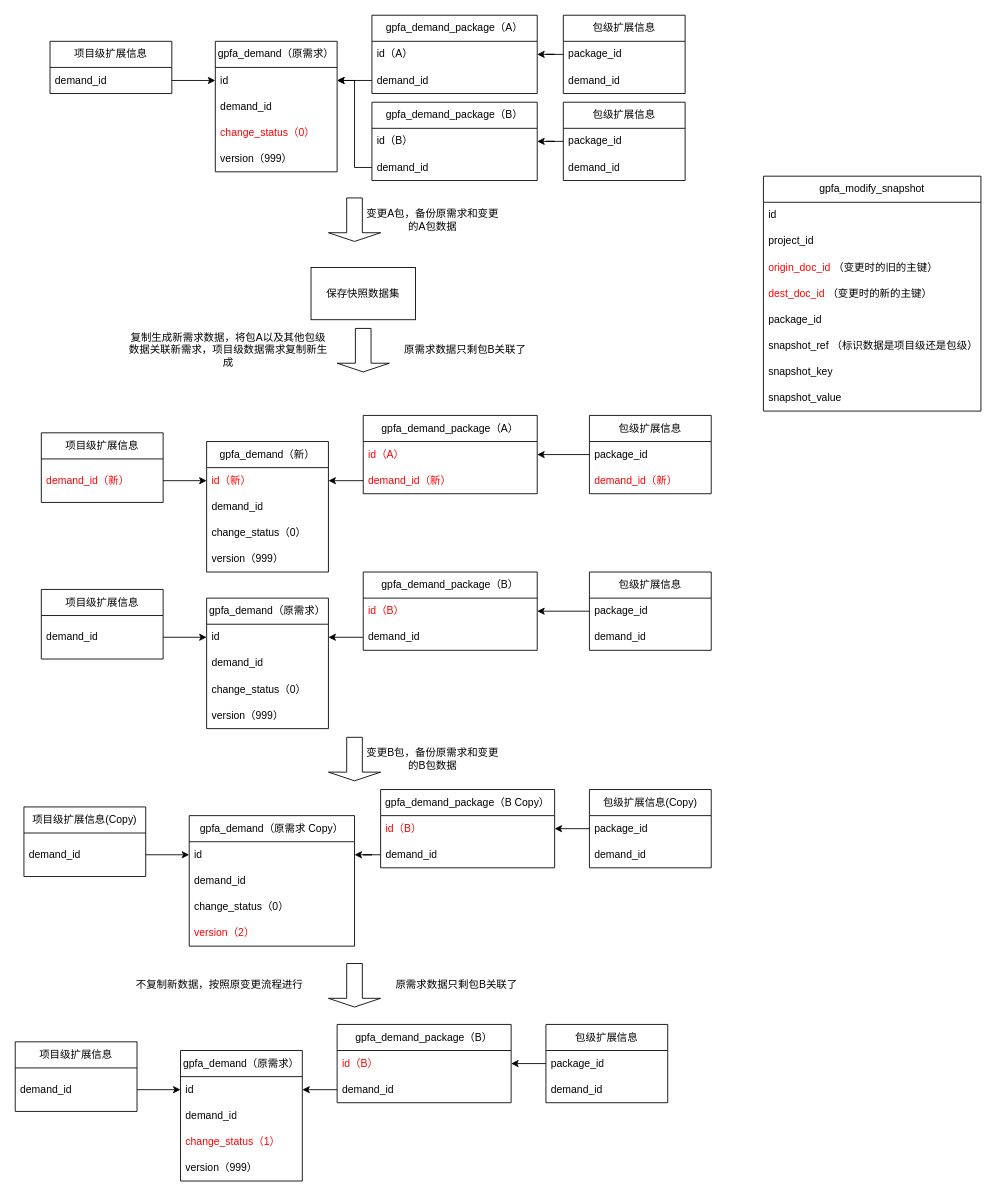
This is open_modify.drawio from dernight1/draw.io, a draw.io file, before an edit. Source tidied: cells renumbered, new cells numbered last; positions are measured from the earlier drawing's top-left corner, leaving out a move shared by most shapes. Both pictures are drawn from the tidied source at 87%, with x=0, y=0 at pixel (15, 15).
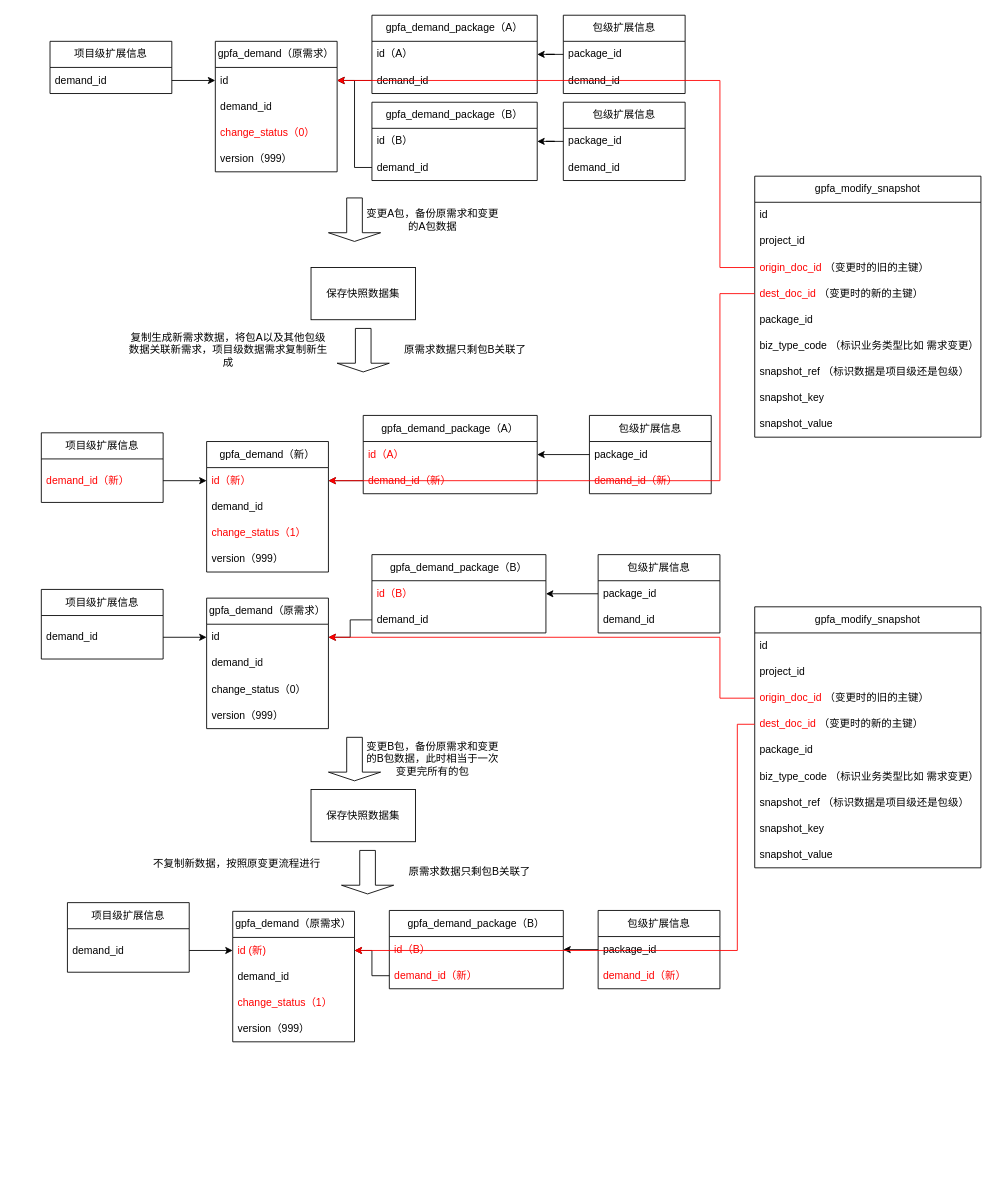
Above is the later version.

Unchanged cells that the change refers to:
```xml
<mxCell id="3" value="id" style="text;strokeColor=none;fillColor=none;align=left;verticalAlign=middle;spacingLeft=4;spacingRight=4;overflow=hidden;points=[[0,0.5],[1,0.5]];portConstraint=eastwest;whiteSpace=wrap;html=1;" parent="2" vertex="1">
  <mxGeometry y="30" width="140" height="30" as="geometry" />
</mxCell>
<mxCell id="18" value="gpfa_demand（新）" style="swimlane;fontStyle=0;horizontal=1;startSize=30;whiteSpace=wrap;html=1;" parent="1" vertex="1">
  <mxGeometry x="220" y="490" width="140" height="150" as="geometry" />
</mxCell>
<mxCell id="19" value="&lt;font color=&quot;#ff0000&quot;&gt;id（新）&lt;/font&gt;" style="text;strokeColor=none;fillColor=none;align=left;verticalAlign=middle;spacingLeft=4;spacingRight=4;overflow=hidden;points=[[0,0.5],[1,0.5]];portConstraint=eastwest;whiteSpace=wrap;html=1;" parent="18" vertex="1">
  <mxGeometry y="30" width="140" height="30" as="geometry" />
</mxCell>
<mxCell id="43" value="id" style="text;strokeColor=none;fillColor=none;align=left;verticalAlign=middle;spacingLeft=4;spacingRight=4;overflow=hidden;points=[[0,0.5],[1,0.5]];portConstraint=eastwest;whiteSpace=wrap;html=1;" parent="42" vertex="1">
  <mxGeometry y="30" width="140" height="30" as="geometry" />
</mxCell>
```

What changed in the source:
```diff
@@
-    <mxCell id="21" value="change_status（0）" style="text;strokeColor=none;fillColor=none;align=left;verticalAlign=middle;spacingLeft=4;spacingRight=4;overflow=hidden;whiteSpace=wrap;html=1;" parent="18" vertex="1">
+    <mxCell id="21" value="&lt;font color=&quot;#ff0000&quot;&gt;change_status（1）&lt;/font&gt;" style="text;strokeColor=none;fillColor=none;align=left;verticalAlign=middle;spacingLeft=4;spacingRight=4;overflow=hidden;whiteSpace=wrap;html=1;" parent="18" vertex="1">
       <mxGeometry y="90" width="140" height="30" as="geometry" />
     </mxCell>
@@
     <mxCell id="47" value="gpfa_demand_package（B）" style="swimlane;fontStyle=0;horizontal=1;startSize=30;whiteSpace=wrap;html=1;" parent="1" vertex="1">
-      <mxGeometry x="400" y="640" width="200" height="90" as="geometry" />
+      <mxGeometry x="410" y="620" width="200" height="90" as="geometry" />
     </mxCell>
@@
     <mxCell id="50" value="包级扩展信息" style="swimlane;fontStyle=0;horizontal=1;startSize=30;whiteSpace=wrap;html=1;" parent="1" vertex="1">
-      <mxGeometry x="660" y="640" width="140" height="90" as="geometry" />
+      <mxGeometry x="670" y="620" width="140" height="90" as="geometry" />
     </mxCell>
@@
-    <mxCell id="63" value="gpfa_demand（原需求 Copy）" style="swimlane;fontStyle=0;horizontal=1;startSize=30;whiteSpace=wrap;html=1;" parent="1" vertex="1">
-      <mxGeometry x="200" y="920" width="190" height="150" as="geometry" />
-    </mxCell>
-    <mxCell id="64" value="id" style="text;strokeColor=none;fillColor=none;align=left;verticalAlign=middle;spacingLeft=4;spacingRight=4;overflow=hidden;points=[[0,0.5],[1,0.5]];portConstraint=eastwest;whiteSpace=wrap;html=1;" parent="63" vertex="1">
-      <mxGeometry y="30" width="190" height="30" as="geometry" />
-    </mxCell>
-    <mxCell id="65" value="&lt;div&gt;demand_id&lt;/div&gt;" style="text;strokeColor=none;fillColor=none;align=left;verticalAlign=middle;spacingLeft=4;spacingRight=4;overflow=hidden;whiteSpace=wrap;html=1;" parent="63" vertex="1">
-      <mxGeometry y="60" width="190" height="30" as="geometry" />
-    </mxCell>
-    <mxCell id="66" value="change_status（0）" style="text;strokeColor=none;fillColor=none;align=left;verticalAlign=middle;spacingLeft=4;spacingRight=4;overflow=hidden;whiteSpace=wrap;html=1;" parent="63" vertex="1">
-      <mxGeometry y="90" width="190" height="30" as="geometry" />
-    </mxCell>
-    <mxCell id="67" value="&lt;font color=&quot;#ff0000&quot;&gt;version（2）&lt;/font&gt;" style="text;strokeColor=none;fillColor=none;align=left;verticalAlign=middle;spacingLeft=4;spacingRight=4;overflow=hidden;whiteSpace=wrap;html=1;" parent="63" vertex="1">
-      <mxGeometry y="120" width="190" height="30" as="geometry" />
-    </mxCell>
-    <mxCell id="68" value="gpfa_demand_package（B Copy）" style="swimlane;fontStyle=0;horizontal=1;startSize=30;whiteSpace=wrap;html=1;" parent="1" vertex="1">
-      <mxGeometry x="420" y="890" width="200" height="90" as="geometry" />
-    </mxCell>
-    <mxCell id="69" value="&lt;font color=&quot;#ff0000&quot;&gt;id（B）&lt;/font&gt;" style="text;strokeColor=none;fillColor=none;align=left;verticalAlign=middle;spacingLeft=4;spacingRight=4;overflow=hidden;points=[[0,0.5],[1,0.5]];portConstraint=eastwest;whiteSpace=wrap;html=1;" parent="68" vertex="1">
-      <mxGeometry y="30" width="200" height="30" as="geometry" />
-    </mxCell>
-    <mxCell id="70" value="&lt;div&gt;demand_id&lt;/div&gt;" style="text;strokeColor=none;fillColor=none;align=left;verticalAlign=middle;spacingLeft=4;spacingRight=4;overflow=hidden;points=[[0,0.5],[1,0.5]];portConstraint=eastwest;whiteSpace=wrap;html=1;" parent="68" vertex="1">
-      <mxGeometry y="60" width="200" height="30" as="geometry" />
-    </mxCell>
-    <mxCell id="71" value="包级扩展信息(Copy)" style="swimlane;fontStyle=0;horizontal=1;startSize=30;whiteSpace=wrap;html=1;" parent="1" vertex="1">
-      <mxGeometry x="660" y="890" width="140" height="90" as="geometry" />
-    </mxCell>
-    <mxCell id="72" value="package_id" style="text;strokeColor=none;fillColor=none;align=left;verticalAlign=middle;spacingLeft=4;spacingRight=4;overflow=hidden;points=[[0,0.5],[1,0.5]];portConstraint=eastwest;whiteSpace=wrap;html=1;" parent="71" vertex="1">
-      <mxGeometry y="30" width="140" height="30" as="geometry" />
-    </mxCell>
-    <mxCell id="73" value="&lt;div&gt;demand_id&lt;/div&gt;" style="text;strokeColor=none;fillColor=none;align=left;verticalAlign=middle;spacingLeft=4;spacingRight=4;overflow=hidden;whiteSpace=wrap;html=1;" parent="71" vertex="1">
-      <mxGeometry y="60" width="140" height="30" as="geometry" />
-    </mxCell>
-    <mxCell id="74" value="项目级扩展信息(Copy)" style="swimlane;fontStyle=0;horizontal=1;startSize=30;whiteSpace=wrap;html=1;" parent="1" vertex="1">
-      <mxGeometry x="10" y="910" width="140" height="80" as="geometry" />
-    </mxCell>
-    <mxCell id="75" value="&lt;div&gt;demand_id&lt;/div&gt;" style="text;strokeColor=none;fillColor=none;align=left;verticalAlign=middle;spacingLeft=4;spacingRight=4;overflow=hidden;points=[[0,0.5],[1,0.5]];portConstraint=eastwest;whiteSpace=wrap;html=1;" parent="74" vertex="1">
-      <mxGeometry y="30" width="140" height="50" as="geometry" />
-    </mxCell>
-    <mxCell id="76" style="edgeStyle=orthogonalEdgeStyle;rounded=0;jettySize=auto;html=1;" parent="1" edge="1" source="75" target="64">
-      <mxGeometry relative="1" as="geometry" />
-    </mxCell>
-    <mxCell id="77" style="edgeStyle=orthogonalEdgeStyle;rounded=0;jettySize=auto;html=1;entryX=1;entryY=0.5;entryDx=0;entryDy=0;" parent="1" edge="1" source="70" target="64">
-      <mxGeometry relative="1" as="geometry" />
-    </mxCell>
-    <mxCell id="78" style="edgeStyle=orthogonalEdgeStyle;rounded=0;jettySize=auto;html=1;" parent="1" edge="1" source="72" target="69">
-      <mxGeometry relative="1" as="geometry" />
-    </mxCell>
@@
-    <mxCell id="80" value="变更B包，备份原需求和变更的B包数据" style="text;html=1;align=center;verticalAlign=middle;whiteSpace=wrap;rounded=0;" parent="1" vertex="1">
+    <mxCell id="80" value="变更B包，备份原需求和变更的B包数据，此时相当于一次变更完所有的包" style="text;html=1;align=center;verticalAlign=middle;whiteSpace=wrap;rounded=0;" parent="1" vertex="1">
       <mxGeometry x="400" y="840" width="160" height="30" as="geometry" />
     </mxCell>
     <mxCell id="81" value="gpfa_demand（原需求）" style="swimlane;fontStyle=0;horizontal=1;startSize=30;whiteSpace=wrap;html=1;" parent="1" vertex="1">
-      <mxGeometry x="190" y="1190" width="140" height="150" as="geometry" />
+      <mxGeometry x="250" y="1030" width="140" height="150" as="geometry" />
     </mxCell>
-    <mxCell id="82" value="id" style="text;strokeColor=none;fillColor=none;align=left;verticalAlign=middle;spacingLeft=4;spacingRight=4;overflow=hidden;points=[[0,0.5],[1,0.5]];portConstraint=eastwest;whiteSpace=wrap;html=1;" parent="81" vertex="1">
+    <mxCell id="82" value="&lt;font color=&quot;#ff0000&quot;&gt;id (新)&lt;/font&gt;" style="text;strokeColor=none;fillColor=none;align=left;verticalAlign=middle;spacingLeft=4;spacingRight=4;overflow=hidden;points=[[0,0.5],[1,0.5]];portConstraint=eastwest;whiteSpace=wrap;html=1;" parent="81" vertex="1">
       <mxGeometry y="30" width="140" height="30" as="geometry" />
     </mxCell>
@@
     <mxCell id="86" value="gpfa_demand_package（B）" style="swimlane;fontStyle=0;horizontal=1;startSize=30;whiteSpace=wrap;html=1;" parent="1" vertex="1">
-      <mxGeometry x="370" y="1160" width="200" height="90" as="geometry" />
+      <mxGeometry x="430" y="1029" width="200" height="90" as="geometry" />
     </mxCell>
@@
-    <mxCell id="88" value="&lt;div&gt;demand_id&lt;/div&gt;" style="text;strokeColor=none;fillColor=none;align=left;verticalAlign=middle;spacingLeft=4;spacingRight=4;overflow=hidden;points=[[0,0.5],[1,0.5]];portConstraint=eastwest;whiteSpace=wrap;html=1;" parent="86" vertex="1">
+    <mxCell id="88" value="&lt;div&gt;&lt;font color=&quot;#ff0000&quot;&gt;demand_id（新）&lt;/font&gt;&lt;/div&gt;" style="text;strokeColor=none;fillColor=none;align=left;verticalAlign=middle;spacingLeft=4;spacingRight=4;overflow=hidden;points=[[0,0.5],[1,0.5]];portConstraint=eastwest;whiteSpace=wrap;html=1;" parent="86" vertex="1">
       <mxGeometry y="60" width="200" height="30" as="geometry" />
     </mxCell>
     <mxCell id="89" value="包级扩展信息" style="swimlane;fontStyle=0;horizontal=1;startSize=30;whiteSpace=wrap;html=1;" parent="1" vertex="1">
-      <mxGeometry x="610" y="1160" width="140" height="90" as="geometry" />
+      <mxGeometry x="670" y="1029" width="140" height="90" as="geometry" />
     </mxCell>
@@
-    <mxCell id="91" value="&lt;div&gt;demand_id&lt;/div&gt;" style="text;strokeColor=none;fillColor=none;align=left;verticalAlign=middle;spacingLeft=4;spacingRight=4;overflow=hidden;whiteSpace=wrap;html=1;" parent="89" vertex="1">
+    <mxCell id="91" value="&lt;div&gt;&lt;font color=&quot;#ff0000&quot;&gt;demand_id（新）&lt;/font&gt;&lt;/div&gt;" style="text;strokeColor=none;fillColor=none;align=left;verticalAlign=middle;spacingLeft=4;spacingRight=4;overflow=hidden;whiteSpace=wrap;html=1;" parent="89" vertex="1">
       <mxGeometry y="60" width="140" height="30" as="geometry" />
     </mxCell>
     <mxCell id="92" value="项目级扩展信息" style="swimlane;fontStyle=0;horizontal=1;startSize=30;whiteSpace=wrap;html=1;" parent="1" vertex="1">
-      <mxGeometry y="1180" width="140" height="80" as="geometry" />
+      <mxGeometry x="60" y="1020" width="140" height="80" as="geometry" />
     </mxCell>
@@
     <mxCell id="97" style="shape=singleArrow;direction=south;whiteSpace=wrap;html=1;" parent="1" vertex="1">
-      <mxGeometry x="360" y="1090" width="60" height="50" as="geometry" />
+      <mxGeometry x="375" y="960" width="60" height="50" as="geometry" />
     </mxCell>
     <mxCell id="98" value="不复制新数据，按照原变更流程进行" style="text;html=1;align=center;verticalAlign=middle;whiteSpace=wrap;rounded=0;" parent="1" vertex="1">
-      <mxGeometry x="120" y="1090" width="230" height="50" as="geometry" />
+      <mxGeometry x="140" y="950" width="230" height="50" as="geometry" />
     </mxCell>
     <mxCell id="99" value="原需求数据只剩包B关联了" style="text;html=1;align=center;verticalAlign=middle;whiteSpace=wrap;rounded=0;" parent="1" vertex="1">
-      <mxGeometry x="430" y="1090" width="155" height="50" as="geometry" />
+      <mxGeometry x="445" y="960" width="155" height="50" as="geometry" />
     </mxCell>
     <mxCell id="100" value="gpfa_modify_snapshot" style="swimlane;fontStyle=0;horizontal=1;startSize=30;whiteSpace=wrap;html=1;" parent="1" vertex="1">
-      <mxGeometry x="860" y="185" width="250" height="270" as="geometry" />
+      <mxGeometry x="850" y="185" width="260" height="300" as="geometry" />
     </mxCell>
     <mxCell id="101" value="id" style="text;strokeColor=none;fillColor=none;align=left;verticalAlign=middle;spacingLeft=4;spacingRight=4;overflow=hidden;whiteSpace=wrap;html=1;" parent="100" vertex="1">
-      <mxGeometry y="30" width="250" height="30" as="geometry" />
+      <mxGeometry y="30" width="260" height="30" as="geometry" />
     </mxCell>
     <mxCell id="102" value="project_id" style="text;strokeColor=none;fillColor=none;align=left;verticalAlign=middle;spacingLeft=4;spacingRight=4;overflow=hidden;whiteSpace=wrap;html=1;" parent="100" vertex="1">
-      <mxGeometry y="60" width="250" height="30" as="geometry" />
+      <mxGeometry y="60" width="260" height="30" as="geometry" />
     </mxCell>
     <mxCell id="103" value="&lt;font color=&quot;#ff0000&quot;&gt;origin_doc_id&lt;/font&gt; （变更时的旧的主键）" style="text;strokeColor=none;fillColor=none;align=left;verticalAlign=middle;spacingLeft=4;spacingRight=4;overflow=hidden;points=[[0,0.5],[1,0.5]];portConstraint=eastwest;whiteSpace=wrap;html=1;" parent="100" vertex="1">
-      <mxGeometry y="90" width="250" height="30" as="geometry" />
+      <mxGeometry y="90" width="260" height="30" as="geometry" />
     </mxCell>
     <mxCell id="104" value="&lt;font color=&quot;#ff0000&quot;&gt;dest_doc_id&lt;/font&gt; （变更时的新的主键）" style="text;strokeColor=none;fillColor=none;align=left;verticalAlign=middle;spacingLeft=4;spacingRight=4;overflow=hidden;points=[[0,0.5],[1,0.5]];portConstraint=eastwest;whiteSpace=wrap;html=1;" parent="100" vertex="1">
-      <mxGeometry y="120" width="250" height="30" as="geometry" />
+      <mxGeometry y="120" width="260" height="30" as="geometry" />
     </mxCell>
     <mxCell id="105" value="package_id" style="text;strokeColor=none;fillColor=none;align=left;verticalAlign=middle;spacingLeft=4;spacingRight=4;overflow=hidden;whiteSpace=wrap;html=1;" parent="100" vertex="1">
-      <mxGeometry y="150" width="250" height="30" as="geometry" />
+      <mxGeometry y="150" width="260" height="30" as="geometry" />
     </mxCell>
+    <mxCell id="110" value="biz_type_code （标识业务类型比如 需求变更）" style="text;strokeColor=none;fillColor=none;align=left;verticalAlign=middle;spacingLeft=4;spacingRight=4;overflow=hidden;whiteSpace=wrap;html=1;" parent="100" vertex="1">
+      <mxGeometry y="180" width="260" height="30" as="geometry" />
+    </mxCell>
     <mxCell id="106" value="snapshot_ref （标识数据是项目级还是包级）" style="text;strokeColor=none;fillColor=none;align=left;verticalAlign=middle;spacingLeft=4;spacingRight=4;overflow=hidden;whiteSpace=wrap;html=1;" parent="100" vertex="1">
-      <mxGeometry y="180" width="250" height="30" as="geometry" />
+      <mxGeometry y="210" width="260" height="30" as="geometry" />
     </mxCell>
     <mxCell id="107" value="snapshot_key" style="text;strokeColor=none;fillColor=none;align=left;verticalAlign=middle;spacingLeft=4;spacingRight=4;overflow=hidden;whiteSpace=wrap;html=1;" parent="100" vertex="1">
-      <mxGeometry y="210" width="250" height="30" as="geometry" />
+      <mxGeometry y="240" width="260" height="30" as="geometry" />
     </mxCell>
     <mxCell id="108" value="snapshot_value" style="text;strokeColor=none;fillColor=none;align=left;verticalAlign=middle;spacingLeft=4;spacingRight=4;overflow=hidden;whiteSpace=wrap;html=1;" parent="100" vertex="1">
-      <mxGeometry y="240" width="250" height="30" as="geometry" />
+      <mxGeometry y="270" width="260" height="30" as="geometry" />
     </mxCell>
@@
+    <mxCell id="111" style="edgeStyle=orthogonalEdgeStyle;rounded=0;jettySize=auto;html=1;exitX=0;exitY=0.5;exitDx=0;exitDy=0;entryX=1;entryY=0.5;entryDx=0;entryDy=0;strokeColor=#ff0000;" parent="1" edge="1" source="104" target="19">
+      <mxGeometry relative="1" as="geometry">
+        <Array as="points">
+          <mxPoint x="810" y="320" />
+          <mxPoint x="810" y="535" />
+        </Array>
+      </mxGeometry>
+    </mxCell>
+    <mxCell id="112" style="edgeStyle=orthogonalEdgeStyle;rounded=0;jettySize=auto;html=1;exitX=0;exitY=0.5;exitDx=0;exitDy=0;entryX=1;entryY=0.5;entryDx=0;entryDy=0;strokeColor=#ff0000;" parent="1" edge="1" source="103" target="3">
+      <mxGeometry relative="1" as="geometry">
+        <Array as="points">
+          <mxPoint x="810" y="290" />
+          <mxPoint x="810" y="75" />
+        </Array>
+      </mxGeometry>
+    </mxCell>
+    <mxCell id="113" value="gpfa_modify_snapshot" style="swimlane;fontStyle=0;horizontal=1;startSize=30;whiteSpace=wrap;html=1;" parent="1" vertex="1">
+      <mxGeometry x="850" y="680" width="260" height="300" as="geometry" />
+    </mxCell>
+    <mxCell id="64" value="id" style="text;strokeColor=none;fillColor=none;align=left;verticalAlign=middle;spacingLeft=4;spacingRight=4;overflow=hidden;points=[[0,0.5],[1,0.5]];portConstraint=eastwest;whiteSpace=wrap;html=1;" parent="113" vertex="1">
+      <mxGeometry y="30" width="260" height="30" as="geometry" />
+    </mxCell>
+    <mxCell id="114" value="project_id" style="text;strokeColor=none;fillColor=none;align=left;verticalAlign=middle;spacingLeft=4;spacingRight=4;overflow=hidden;whiteSpace=wrap;html=1;" parent="113" vertex="1">
+      <mxGeometry y="60" width="260" height="30" as="geometry" />
+    </mxCell>
+    <mxCell id="115" value="&lt;font color=&quot;#ff0000&quot;&gt;origin_doc_id&lt;/font&gt; （变更时的旧的主键）" style="text;strokeColor=none;fillColor=none;align=left;verticalAlign=middle;spacingLeft=4;spacingRight=4;overflow=hidden;points=[[0,0.5],[1,0.5]];portConstraint=eastwest;whiteSpace=wrap;html=1;" parent="113" vertex="1">
+      <mxGeometry y="90" width="260" height="30" as="geometry" />
+    </mxCell>
+    <mxCell id="116" value="&lt;font color=&quot;#ff0000&quot;&gt;dest_doc_id&lt;/font&gt; （变更时的新的主键）" style="text;strokeColor=none;fillColor=none;align=left;verticalAlign=middle;spacingLeft=4;spacingRight=4;overflow=hidden;points=[[0,0.5],[1,0.5]];portConstraint=eastwest;whiteSpace=wrap;html=1;" parent="113" vertex="1">
+      <mxGeometry y="120" width="260" height="30" as="geometry" />
+    </mxCell>
+    <mxCell id="72" value="package_id" style="text;strokeColor=none;fillColor=none;align=left;verticalAlign=middle;spacingLeft=4;spacingRight=4;overflow=hidden;points=[[0,0.5],[1,0.5]];portConstraint=eastwest;whiteSpace=wrap;html=1;" parent="113" vertex="1">
+      <mxGeometry y="150" width="260" height="30" as="geometry" />
+    </mxCell>
+    <mxCell id="117" value="biz_type_code （标识业务类型比如 需求变更）" style="text;strokeColor=none;fillColor=none;align=left;verticalAlign=middle;spacingLeft=4;spacingRight=4;overflow=hidden;whiteSpace=wrap;html=1;" parent="113" vertex="1">
+      <mxGeometry y="180" width="260" height="30" as="geometry" />
+    </mxCell>
+    <mxCell id="118" value="snapshot_ref （标识数据是项目级还是包级）" style="text;strokeColor=none;fillColor=none;align=left;verticalAlign=middle;spacingLeft=4;spacingRight=4;overflow=hidden;whiteSpace=wrap;html=1;" parent="113" vertex="1">
+      <mxGeometry y="210" width="260" height="30" as="geometry" />
+    </mxCell>
+    <mxCell id="119" value="snapshot_key" style="text;strokeColor=none;fillColor=none;align=left;verticalAlign=middle;spacingLeft=4;spacingRight=4;overflow=hidden;whiteSpace=wrap;html=1;" parent="113" vertex="1">
+      <mxGeometry y="240" width="260" height="30" as="geometry" />
+    </mxCell>
+    <mxCell id="120" value="snapshot_value" style="text;strokeColor=none;fillColor=none;align=left;verticalAlign=middle;spacingLeft=4;spacingRight=4;overflow=hidden;whiteSpace=wrap;html=1;" parent="113" vertex="1">
+      <mxGeometry y="270" width="260" height="30" as="geometry" />
+    </mxCell>
+    <mxCell id="121" value="保存快照数据集" style="rounded=0;whiteSpace=wrap;html=1;" parent="1" vertex="1">
+      <mxGeometry x="340" y="890" width="120" height="60" as="geometry" />
+    </mxCell>
+    <mxCell id="122" style="edgeStyle=orthogonalEdgeStyle;rounded=0;jettySize=auto;html=1;exitX=0;exitY=0.5;exitDx=0;exitDy=0;entryX=1;entryY=0.5;entryDx=0;entryDy=0;strokeColor=#ff0000;" parent="1" edge="1" source="115" target="43">
+      <mxGeometry relative="1" as="geometry">
+        <Array as="points">
+          <mxPoint x="810" y="785" />
+          <mxPoint x="810" y="715" />
+        </Array>
+      </mxGeometry>
+    </mxCell>
+    <mxCell id="123" style="edgeStyle=orthogonalEdgeStyle;rounded=0;jettySize=auto;html=1;exitX=0;exitY=0.5;exitDx=0;exitDy=0;entryX=1;entryY=0.5;entryDx=0;entryDy=0;strokeColor=#ff0000;" parent="1" edge="1" source="116" target="82">
+      <mxGeometry relative="1" as="geometry">
+        <Array as="points">
+          <mxPoint x="830" y="815" />
+          <mxPoint x="830" y="1075" />
+        </Array>
+      </mxGeometry>
+    </mxCell>
```
